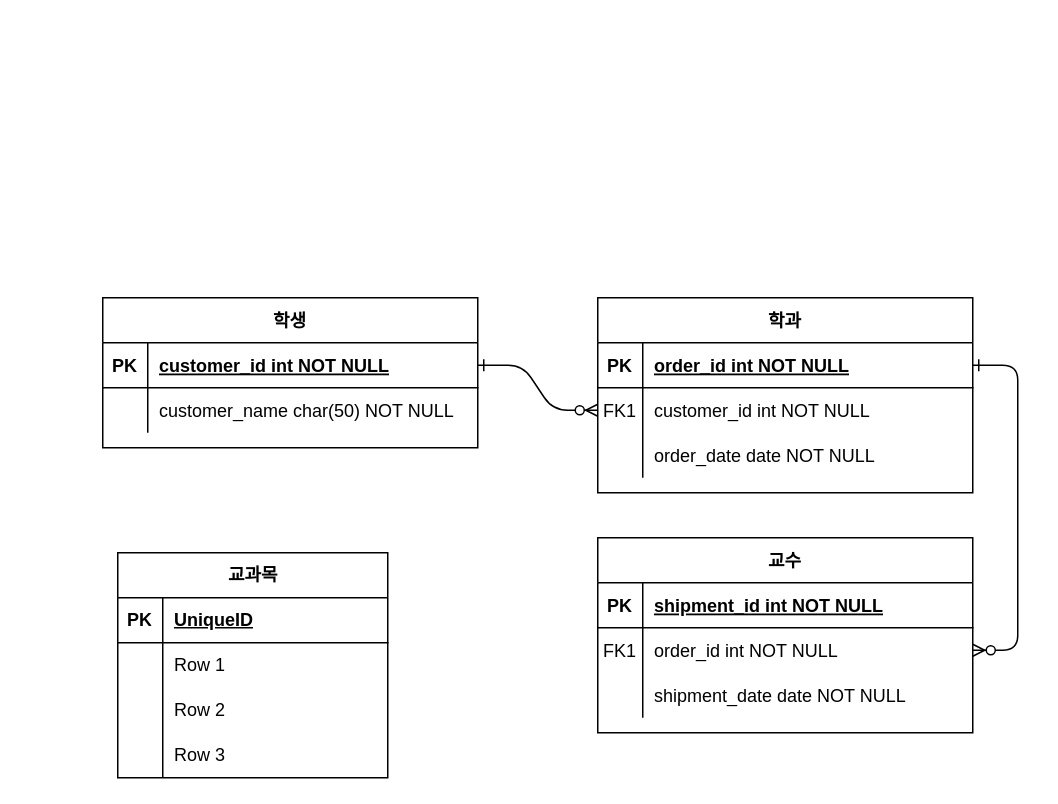
Before: 제목 없는 다이어그램.drawio in iniyo/DB_Design, a draw.io diagram. Source tidied: cells renumbered, new cells numbered last; positions are measured from the earlier drawing's top-left corner, leaving out a move shared by most shapes. Both pictures are drawn from the tidied source at 150%, with x=0, y=0 at pixel (102, 297).
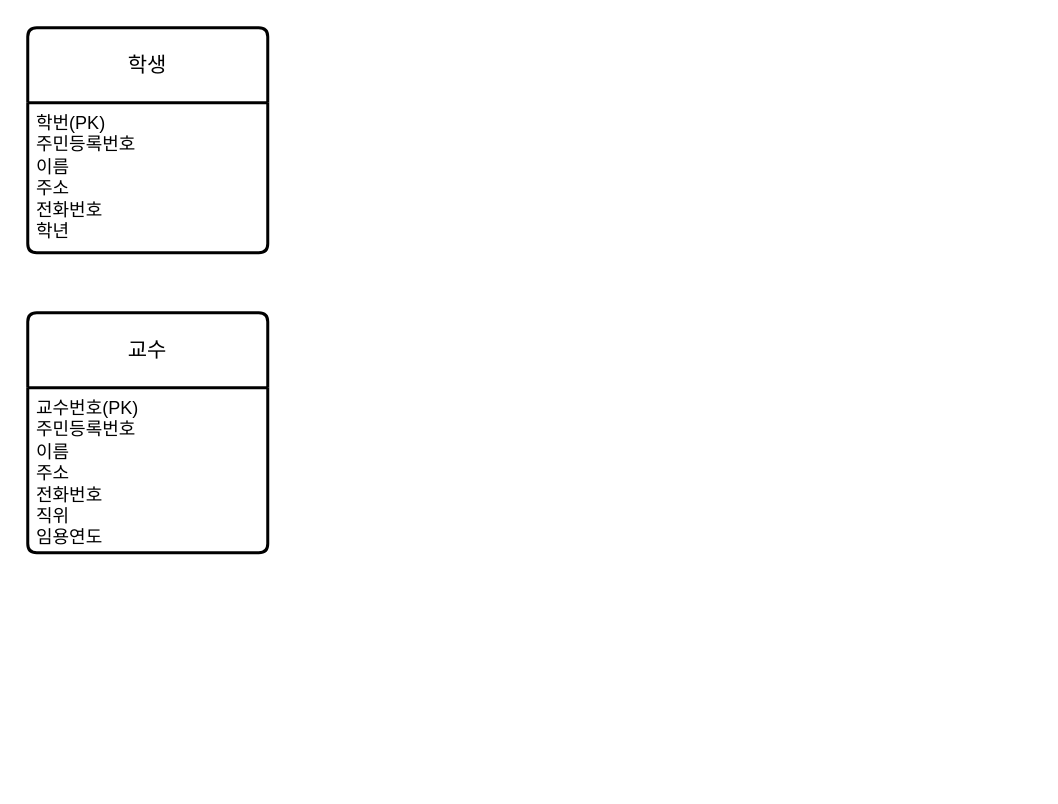
Above is the later version.

Commit message:
제목 없는 다이어그램.drawio 업데이트

What changed in the source:
```diff
@@
-    <mxCell id="2" style="edgeStyle=entityRelationEdgeStyle;endArrow=ERzeroToMany;startArrow=ERone;endFill=1;startFill=0;" parent="1" edge="1" source="25" target="8">
-      <mxGeometry relative="1" as="geometry" />
-    </mxCell>
-    <mxCell id="3" style="edgeStyle=entityRelationEdgeStyle;endArrow=ERzeroToMany;startArrow=ERone;endFill=1;startFill=0;" parent="1" edge="1" source="5" target="18">
-      <mxGeometry relative="1" as="geometry" />
-    </mxCell>
-    <mxCell id="4" value="학과" style="shape=table;startSize=30;childLayout=tableLayout;rowLines=0;fontStyle=1;align=center;" parent="1" vertex="1">
-      <mxGeometry x="330" width="250" height="130" as="geometry" />
-    </mxCell>
-    <mxCell id="5" style="shape=partialRectangle;fillColor=none;points=[[0,0.5],[1,0.5]];portConstraint=eastwest;top=0;left=0;right=0;bottom=1;" parent="4" vertex="1">
-      <mxGeometry y="30" width="250" height="30" as="geometry" />
-    </mxCell>
-    <mxCell id="6" value="PK" style="shape=partialRectangle;overflow=hidden;fillColor=none;top=0;left=0;bottom=0;right=0;fontStyle=1;" parent="5" vertex="1">
-      <mxGeometry width="30" height="30" as="geometry" />
-    </mxCell>
-    <mxCell id="7" value="order_id int NOT NULL " style="shape=partialRectangle;overflow=hidden;fillColor=none;top=0;left=0;bottom=0;right=0;align=left;spacingLeft=6;fontStyle=5;" parent="5" vertex="1">
-      <mxGeometry x="30" width="220" height="30" as="geometry" />
-    </mxCell>
-    <mxCell id="8" style="shape=partialRectangle;fillColor=none;points=[[0,0.5],[1,0.5]];portConstraint=eastwest;top=0;left=0;right=0;bottom=0;" parent="4" vertex="1">
-      <mxGeometry y="60" width="250" height="30" as="geometry" />
-    </mxCell>
-    <mxCell id="9" value="FK1" style="shape=partialRectangle;overflow=hidden;fillColor=none;top=0;left=0;bottom=0;right=0;" parent="8" vertex="1">
-      <mxGeometry width="30" height="30" as="geometry" />
-    </mxCell>
-    <mxCell id="10" value="customer_id int NOT NULL" style="shape=partialRectangle;overflow=hidden;fillColor=none;top=0;left=0;bottom=0;right=0;align=left;spacingLeft=6;" parent="8" vertex="1">
-      <mxGeometry x="30" width="220" height="30" as="geometry" />
-    </mxCell>
-    <mxCell id="11" style="shape=partialRectangle;fillColor=none;top=0;left=0;right=0;bottom=0;" parent="4" vertex="1">
-      <mxGeometry y="90" width="250" height="30" as="geometry" />
-    </mxCell>
-    <mxCell id="12" style="shape=partialRectangle;overflow=hidden;fillColor=none;top=0;left=0;bottom=0;right=0;" parent="11" vertex="1">
-      <mxGeometry width="30" height="30" as="geometry" />
-    </mxCell>
-    <mxCell id="13" value="order_date date NOT NULL" style="shape=partialRectangle;overflow=hidden;fillColor=none;top=0;left=0;bottom=0;right=0;align=left;spacingLeft=6;" parent="11" vertex="1">
-      <mxGeometry x="30" width="220" height="30" as="geometry" />
-    </mxCell>
+    <mxCell id="24" value="학생" style="swimlane;horizontal=1;startSize=50;rounded=1;fontSize=14;fontStyle=0;strokeWidth=2;shadow=0;dashed=0;align=center;arcSize=4;whiteSpace=wrap;html=1;" parent="1" vertex="1">
+      <mxGeometry x="-50" y="-180" width="160" height="150" as="geometry" />
+    </mxCell>
+    <mxCell id="44" value="학번(PK)&lt;br&gt;주민등록번호&lt;br&gt;이름&lt;br&gt;주소&lt;br&gt;전화번호&lt;br&gt;학년" style="align=left;strokeColor=none;fillColor=none;spacingLeft=4;fontSize=12;verticalAlign=top;html=1;" parent="24" vertex="1">
+      <mxGeometry y="50" width="160" height="100" as="geometry" />
+    </mxCell>
-    <mxCell id="14" value="교수" style="shape=table;startSize=30;childLayout=tableLayout;rowLines=0;fontStyle=1;align=center;" parent="1" vertex="1">
-      <mxGeometry x="330" y="160" width="250" height="130" as="geometry" />
+    <mxCell id="14" value="교수" style="swimlane;horizontal=1;startSize=50;rounded=1;fontSize=14;fontStyle=0;strokeWidth=2;shadow=0;dashed=0;align=center;arcSize=4;whiteSpace=wrap;html=1;" parent="1" vertex="1">
+      <mxGeometry x="-50" y="10" width="160" height="160" as="geometry" />
     </mxCell>
-    <mxCell id="15" style="shape=partialRectangle;fillColor=none;top=0;left=0;right=0;bottom=1;" parent="14" vertex="1">
-      <mxGeometry y="30" width="250" height="30" as="geometry" />
-    </mxCell>
-    <mxCell id="16" value="PK" style="shape=partialRectangle;overflow=hidden;fillColor=none;top=0;left=0;bottom=0;right=0;fontStyle=1;" parent="15" vertex="1">
-      <mxGeometry width="30" height="30" as="geometry" />
-    </mxCell>
-    <mxCell id="17" value="shipment_id int NOT NULL " style="shape=partialRectangle;overflow=hidden;fillColor=none;top=0;left=0;bottom=0;right=0;align=left;spacingLeft=6;fontStyle=5;" parent="15" vertex="1">
-      <mxGeometry x="30" width="220" height="30" as="geometry" />
-    </mxCell>
-    <mxCell id="18" style="shape=partialRectangle;fillColor=none;points=[[0,0.5],[1,0.5]];portConstraint=eastwest;top=0;left=0;right=0;bottom=0;" parent="14" vertex="1">
-      <mxGeometry y="60" width="250" height="30" as="geometry" />
-    </mxCell>
-    <mxCell id="19" value="FK1" style="shape=partialRectangle;overflow=hidden;fillColor=none;top=0;left=0;bottom=0;right=0;" parent="18" vertex="1">
-      <mxGeometry width="30" height="30" as="geometry" />
-    </mxCell>
-    <mxCell id="20" value="order_id int NOT NULL" style="shape=partialRectangle;overflow=hidden;fillColor=none;top=0;left=0;bottom=0;right=0;align=left;spacingLeft=6;" parent="18" vertex="1">
-      <mxGeometry x="30" width="220" height="30" as="geometry" />
-    </mxCell>
-    <mxCell id="21" style="shape=partialRectangle;fillColor=none;top=0;left=0;right=0;bottom=0;" parent="14" vertex="1">
-      <mxGeometry y="90" width="250" height="30" as="geometry" />
-    </mxCell>
-    <mxCell id="22" style="shape=partialRectangle;overflow=hidden;fillColor=none;top=0;left=0;bottom=0;right=0;" parent="21" vertex="1">
-      <mxGeometry width="30" height="30" as="geometry" />
-    </mxCell>
-    <mxCell id="23" value="shipment_date date NOT NULL" style="shape=partialRectangle;overflow=hidden;fillColor=none;top=0;left=0;bottom=0;right=0;align=left;spacingLeft=6;" parent="21" vertex="1">
-      <mxGeometry x="30" width="220" height="30" as="geometry" />
-    </mxCell>
-    <mxCell id="24" value="학생" style="shape=table;startSize=30;childLayout=tableLayout;rowLines=0;fontStyle=1;align=center;" parent="1" vertex="1">
-      <mxGeometry width="250" height="100" as="geometry" />
-    </mxCell>
-    <mxCell id="25" style="shape=partialRectangle;fillColor=none;points=[[0,0.5],[1,0.5]];portConstraint=eastwest;top=0;left=0;right=0;bottom=1;" parent="24" vertex="1">
-      <mxGeometry y="30" width="250" height="30" as="geometry" />
-    </mxCell>
-    <mxCell id="26" value="PK" style="shape=partialRectangle;overflow=hidden;fillColor=none;top=0;left=0;bottom=0;right=0;fontStyle=1;" parent="25" vertex="1">
-      <mxGeometry width="30" height="30" as="geometry" />
-    </mxCell>
-    <mxCell id="27" value="customer_id int NOT NULL " style="shape=partialRectangle;overflow=hidden;fillColor=none;top=0;left=0;bottom=0;right=0;align=left;spacingLeft=6;fontStyle=5;" parent="25" vertex="1">
-      <mxGeometry x="30" width="220" height="30" as="geometry" />
-    </mxCell>
-    <mxCell id="28" style="shape=partialRectangle;fillColor=none;top=0;left=0;right=0;bottom=0;" parent="24" vertex="1">
-      <mxGeometry y="60" width="250" height="30" as="geometry" />
-    </mxCell>
-    <mxCell id="29" style="shape=partialRectangle;overflow=hidden;fillColor=none;top=0;left=0;bottom=0;right=0;" parent="28" vertex="1">
-      <mxGeometry width="30" height="30" as="geometry" />
-    </mxCell>
-    <mxCell id="30" value="customer_name char(50) NOT NULL" style="shape=partialRectangle;overflow=hidden;fillColor=none;top=0;left=0;bottom=0;right=0;align=left;spacingLeft=6;" parent="28" vertex="1">
-      <mxGeometry x="30" width="220" height="30" as="geometry" />
-    </mxCell>
-    <mxCell id="31" value="교과목" style="shape=table;startSize=30;childLayout=tableLayout;rowLines=0;fontStyle=1;align=center;html=1;" parent="1" vertex="1">
-      <mxGeometry x="10" y="170" width="180" height="150" as="geometry" />
-    </mxCell>
-    <mxCell id="32" style="shape=tableRow;horizontal=0;startSize=0;swimlaneHead=0;swimlaneBody=0;fillColor=none;top=0;left=0;right=0;bottom=1;" parent="31" vertex="1">
-      <mxGeometry y="30" width="180" height="30" as="geometry" />
-    </mxCell>
-    <mxCell id="33" value="PK" style="shape=partialRectangle;fillColor=none;top=0;left=0;bottom=0;right=0;fontStyle=1;overflow=hidden;whiteSpace=wrap;html=1;" parent="32" vertex="1">
-      <mxGeometry width="30" height="30" as="geometry" />
-    </mxCell>
-    <mxCell id="34" value="UniqueID" style="shape=partialRectangle;fillColor=none;top=0;left=0;bottom=0;right=0;align=left;spacingLeft=6;fontStyle=5;overflow=hidden;whiteSpace=wrap;html=1;" parent="32" vertex="1">
-      <mxGeometry x="30" width="150" height="30" as="geometry" />
-    </mxCell>
-    <mxCell id="35" style="shape=tableRow;horizontal=0;startSize=0;swimlaneHead=0;swimlaneBody=0;fillColor=none;top=0;left=0;right=0;bottom=0;" parent="31" vertex="1">
-      <mxGeometry y="60" width="180" height="30" as="geometry" />
-    </mxCell>
-    <mxCell id="36" style="shape=partialRectangle;fillColor=none;top=0;left=0;bottom=0;right=0;overflow=hidden;whiteSpace=wrap;html=1;" parent="35" vertex="1">
-      <mxGeometry width="30" height="30" as="geometry" />
-    </mxCell>
-    <mxCell id="37" value="Row 1" style="shape=partialRectangle;fillColor=none;top=0;left=0;bottom=0;right=0;align=left;spacingLeft=6;overflow=hidden;whiteSpace=wrap;html=1;" parent="35" vertex="1">
-      <mxGeometry x="30" width="150" height="30" as="geometry" />
-    </mxCell>
-    <mxCell id="38" style="shape=tableRow;horizontal=0;startSize=0;swimlaneHead=0;swimlaneBody=0;fillColor=none;top=0;left=0;right=0;bottom=0;" parent="31" vertex="1">
-      <mxGeometry y="90" width="180" height="30" as="geometry" />
-    </mxCell>
-    <mxCell id="39" style="shape=partialRectangle;fillColor=none;top=0;left=0;bottom=0;right=0;overflow=hidden;whiteSpace=wrap;html=1;" parent="38" vertex="1">
-      <mxGeometry width="30" height="30" as="geometry" />
-    </mxCell>
-    <mxCell id="40" value="Row 2" style="shape=partialRectangle;fillColor=none;top=0;left=0;bottom=0;right=0;align=left;spacingLeft=6;overflow=hidden;whiteSpace=wrap;html=1;" parent="38" vertex="1">
-      <mxGeometry x="30" width="150" height="30" as="geometry" />
-    </mxCell>
-    <mxCell id="41" style="shape=tableRow;horizontal=0;startSize=0;swimlaneHead=0;swimlaneBody=0;fillColor=none;top=0;left=0;right=0;bottom=0;" parent="31" vertex="1">
-      <mxGeometry y="120" width="180" height="30" as="geometry" />
-    </mxCell>
-    <mxCell id="42" style="shape=partialRectangle;fillColor=none;top=0;left=0;bottom=0;right=0;overflow=hidden;whiteSpace=wrap;html=1;" parent="41" vertex="1">
-      <mxGeometry width="30" height="30" as="geometry" />
-    </mxCell>
-    <mxCell id="43" value="Row 3" style="shape=partialRectangle;fillColor=none;top=0;left=0;bottom=0;right=0;align=left;spacingLeft=6;overflow=hidden;whiteSpace=wrap;html=1;" parent="41" vertex="1">
-      <mxGeometry x="30" width="150" height="30" as="geometry" />
-    </mxCell>
+    <mxCell id="45" value="교수번호(PK)&lt;br&gt;주민등록번호&lt;br&gt;이름&lt;br&gt;주소&lt;br&gt;전화번호&lt;br&gt;직위&lt;br&gt;임용연도" style="align=left;strokeColor=none;fillColor=none;spacingLeft=4;fontSize=12;verticalAlign=top;html=1;" parent="14" vertex="1">
+      <mxGeometry y="50" width="160" height="110" as="geometry" />
+    </mxCell>
```
